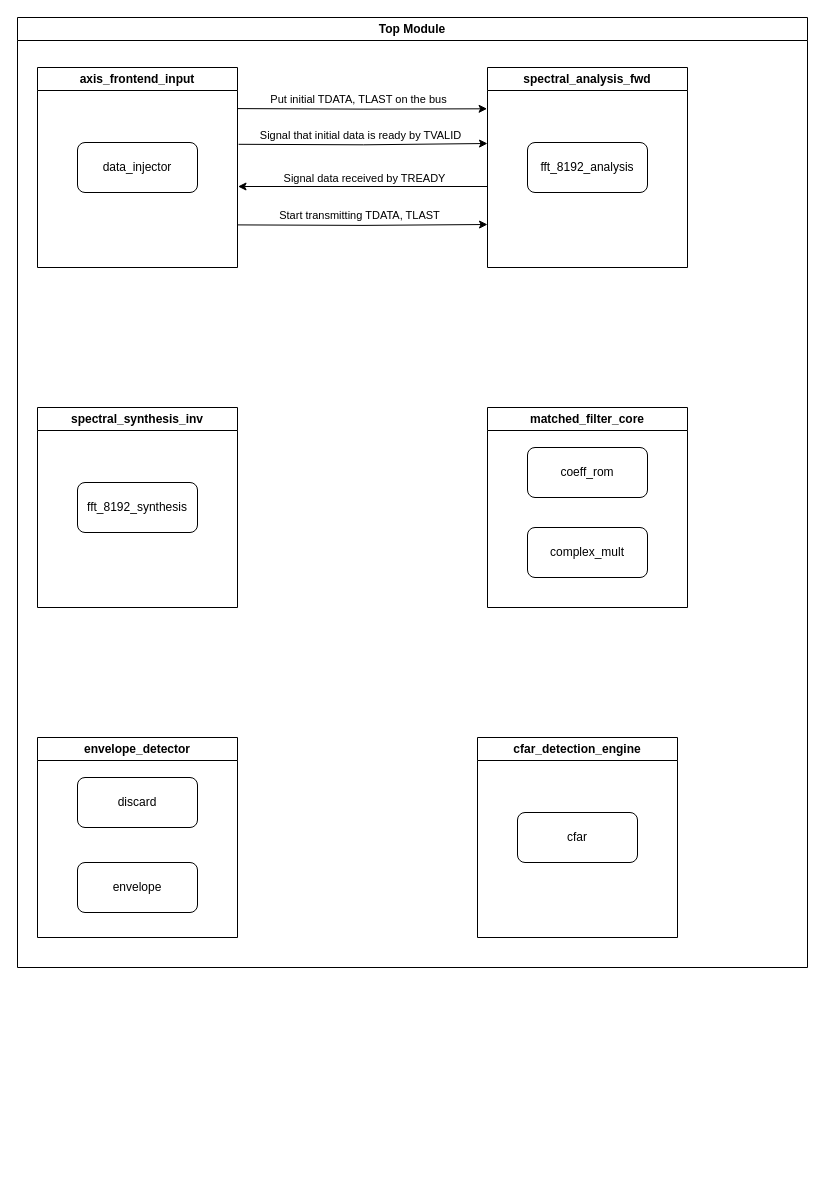
This is architecture/[ADSM] System overview.drawio from MikyTuberr/ADSM, a draw.io file, before an edit. Source tidied: cells renumbered, new cells numbered last; positions are measured from the earlier drawing's top-left corner, leaving out a move shared by most shapes. Both pictures are drawn from the tidied source at 100%, with x=0, y=0 at pixel (17, 17).
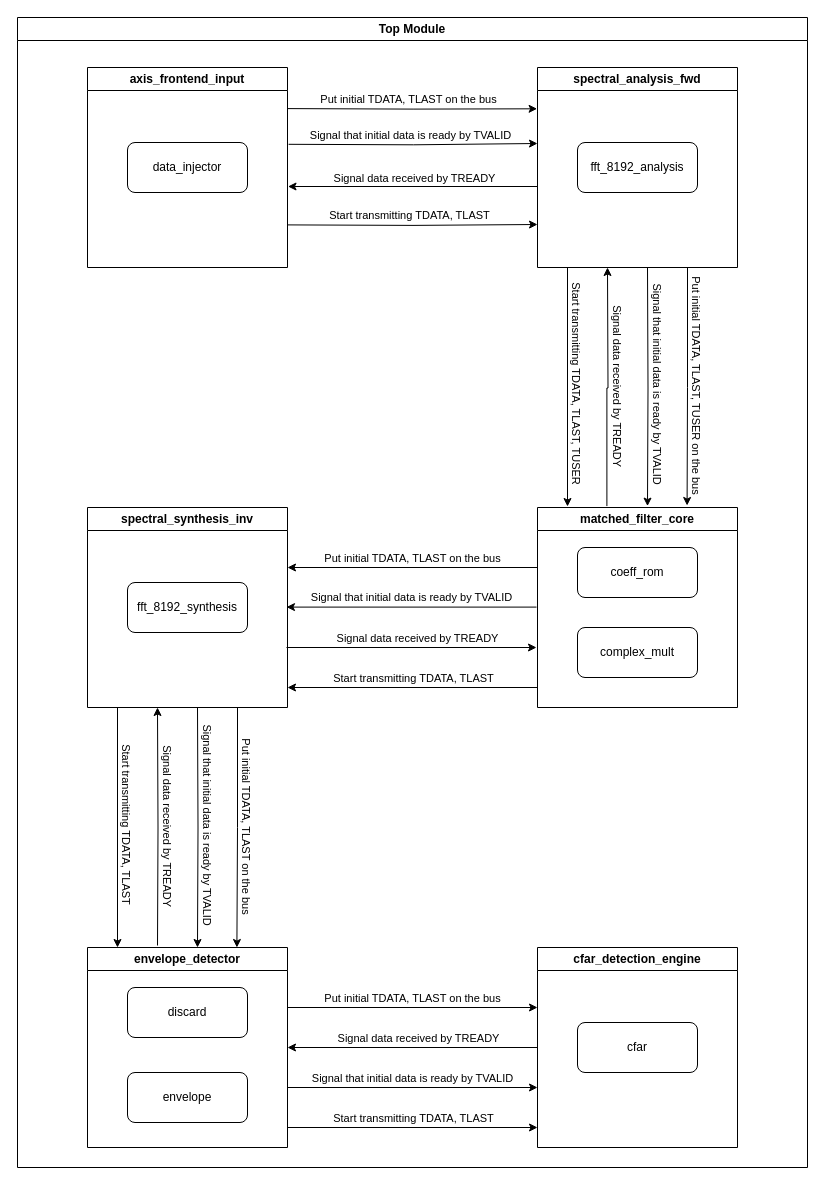
Above is the later version.

The edit, as a diff of the source:
```diff
@@
     <mxCell id="2" style="edgeStyle=orthogonalEdgeStyle;rounded=0;orthogonalLoop=1;jettySize=auto;html=1;exitX=1.004;exitY=0.132;exitDx=0;exitDy=0;entryX=-0.003;entryY=0.133;entryDx=0;entryDy=0;exitPerimeter=0;entryPerimeter=0;" parent="1" edge="1">
       <mxGeometry relative="1" as="geometry">
-        <mxPoint x="220.5" y="91.1" as="sourcePoint" />
-        <mxPoint x="469.6" y="91.3" as="targetPoint" />
+        <mxPoint x="270.5" y="91.1" as="sourcePoint" />
+        <mxPoint x="519.6" y="91.3" as="targetPoint" />
       </mxGeometry>
     </mxCell>
@@
     <mxCell id="4" value="Top Module" style="swimlane;whiteSpace=wrap;html=1;" parent="1" vertex="1">
-      <mxGeometry width="790" height="950" as="geometry" />
+      <mxGeometry width="790" height="1150" as="geometry" />
     </mxCell>
     <mxCell id="5" value="spectral_analysis_fwd" style="swimlane;whiteSpace=wrap;html=1;" parent="4" vertex="1">
-      <mxGeometry x="470" y="50" width="200" height="200" as="geometry" />
+      <mxGeometry x="520" y="50" width="200" height="200" as="geometry" />
     </mxCell>
@@
     <mxCell id="7" value="axis_frontend_input" style="swimlane;whiteSpace=wrap;html=1;startSize=23;" parent="4" vertex="1">
-      <mxGeometry x="20" y="50" width="200" height="200" as="geometry" />
+      <mxGeometry x="70" y="50" width="200" height="200" as="geometry" />
     </mxCell>
@@
     <mxCell id="9" value="matched_filter_core" style="swimlane;whiteSpace=wrap;html=1;" parent="4" vertex="1">
-      <mxGeometry x="470" y="390" width="200" height="200" as="geometry" />
+      <mxGeometry x="520" y="490" width="200" height="200" as="geometry" />
     </mxCell>
@@
     <mxCell id="12" value="spectral_synthesis_inv" style="swimlane;whiteSpace=wrap;html=1;" parent="4" vertex="1">
-      <mxGeometry x="20" y="390" width="200" height="200" as="geometry" />
+      <mxGeometry x="70" y="490" width="200" height="200" as="geometry" />
     </mxCell>
@@
     <mxCell id="14" value="envelope_detector" style="swimlane;whiteSpace=wrap;html=1;" parent="4" vertex="1">
-      <mxGeometry x="20" y="720" width="200" height="200" as="geometry" />
+      <mxGeometry x="70" y="930" width="200" height="200" as="geometry" />
     </mxCell>
@@
     <mxCell id="17" value="cfar_detection_engine" style="swimlane;whiteSpace=wrap;html=1;" parent="4" vertex="1">
-      <mxGeometry x="460" y="720" width="200" height="200" as="geometry" />
+      <mxGeometry x="520" y="930" width="200" height="200" as="geometry" />
     </mxCell>
@@
+    <mxCell id="25" style="edgeStyle=orthogonalEdgeStyle;rounded=0;jettySize=auto;html=1;exitX=0.75;exitY=1;exitDx=0;exitDy=0;entryX=0.748;entryY=-0.01;entryDx=0;entryDy=0;entryPerimeter=0;" parent="4" edge="1" source="5" target="9">
+      <mxGeometry relative="1" as="geometry" />
+    </mxCell>
+    <mxCell id="26" value="Put initial TDATA, TLAST, TUSER on the bus" style="edgeLabel;html=1;align=center;verticalAlign=middle;rotation=90;" parent="25" vertex="1">
+      <mxGeometry x="-0.17" y="3" relative="1" as="geometry">
+        <mxPoint x="7" y="18" as="offset" />
+      </mxGeometry>
+    </mxCell>
+    <mxCell id="27" style="edgeStyle=orthogonalEdgeStyle;rounded=0;orthogonalLoop=1;jettySize=auto;html=1;entryX=0;entryY=0.5;entryDx=0;entryDy=0;startArrow=none;startFill=0;endArrow=classic;endFill=1;exitX=1;exitY=0.5;exitDx=0;exitDy=0;" parent="4" edge="1">
+      <mxGeometry relative="1" as="geometry">
+        <mxPoint x="269" y="630" as="sourcePoint" />
+        <mxPoint x="519" y="630" as="targetPoint" />
+      </mxGeometry>
+    </mxCell>
+    <mxCell id="28" value="Signal data received by TREADY" style="edgeLabel;html=1;align=center;verticalAlign=middle;rotation=0;" parent="27" vertex="1">
+      <mxGeometry x="-0.17" y="3" relative="1" as="geometry">
+        <mxPoint x="26" y="-7" as="offset" />
+      </mxGeometry>
+    </mxCell>
+    <mxCell id="29" style="edgeStyle=orthogonalEdgeStyle;rounded=0;jettySize=auto;html=1;exitX=0.75;exitY=1;exitDx=0;exitDy=0;entryX=0.747;entryY=0;entryDx=0;entryDy=0;entryPerimeter=0;" parent="4" edge="1" source="12" target="14">
+      <mxGeometry relative="1" as="geometry" />
+    </mxCell>
+    <mxCell id="30" value="Put initial TDATA, TLAST on the bus" style="edgeLabel;html=1;align=center;verticalAlign=middle;rotation=90;" parent="29" vertex="1">
+      <mxGeometry x="-0.17" y="3" relative="1" as="geometry">
+        <mxPoint x="7" y="18" as="offset" />
+      </mxGeometry>
+    </mxCell>
+    <mxCell id="31" style="edgeStyle=orthogonalEdgeStyle;rounded=0;orthogonalLoop=1;jettySize=auto;html=1;entryX=0;entryY=0.5;entryDx=0;entryDy=0;startArrow=classic;startFill=1;endArrow=none;endFill=0;exitX=1;exitY=0.5;exitDx=0;exitDy=0;" parent="4" edge="1">
+      <mxGeometry relative="1" as="geometry">
+        <mxPoint x="270" y="1030" as="sourcePoint" />
+        <mxPoint x="520" y="1030" as="targetPoint" />
+      </mxGeometry>
+    </mxCell>
+    <mxCell id="32" value="Signal data received by TREADY" style="edgeLabel;html=1;align=center;verticalAlign=middle;rotation=0;" parent="31" vertex="1">
+      <mxGeometry x="-0.17" y="3" relative="1" as="geometry">
+        <mxPoint x="26" y="-7" as="offset" />
+      </mxGeometry>
+    </mxCell>
+    <mxCell id="33" style="edgeStyle=orthogonalEdgeStyle;rounded=0;orthogonalLoop=1;jettySize=auto;html=1;startArrow=classic;startFill=1;endArrow=none;endFill=0;" parent="4" edge="1">
+      <mxGeometry relative="1" as="geometry">
+        <mxPoint x="520" y="990" as="sourcePoint" />
+        <mxPoint x="270" y="990" as="targetPoint" />
+      </mxGeometry>
+    </mxCell>
+    <mxCell id="34" value="Put initial TDATA, TLAST on the bus" style="edgeLabel;html=1;align=center;verticalAlign=middle;rotation=0;" parent="33" vertex="1">
+      <mxGeometry x="-0.17" y="3" relative="1" as="geometry">
+        <mxPoint x="-22" y="-13" as="offset" />
+      </mxGeometry>
+    </mxCell>
+    <mxCell id="35" style="edgeStyle=orthogonalEdgeStyle;rounded=0;orthogonalLoop=1;jettySize=auto;html=1;endArrow=none;endFill=0;startArrow=classic;startFill=1;" parent="4" edge="1">
+      <mxGeometry relative="1" as="geometry">
+        <mxPoint x="520" y="1070" as="sourcePoint" />
+        <mxPoint x="270" y="1070" as="targetPoint" />
+      </mxGeometry>
+    </mxCell>
+    <mxCell id="36" value="Signal that initial data is ready by TVALID" style="edgeLabel;html=1;align=center;verticalAlign=middle;rotation=0;" parent="35" vertex="1">
+      <mxGeometry x="-0.17" y="3" relative="1" as="geometry">
+        <mxPoint x="-22" y="-13" as="offset" />
+      </mxGeometry>
+    </mxCell>
+    <mxCell id="37" style="edgeStyle=orthogonalEdgeStyle;rounded=0;orthogonalLoop=1;jettySize=auto;html=1;endArrow=none;endFill=0;startArrow=classic;startFill=1;" parent="4" edge="1">
+      <mxGeometry relative="1" as="geometry">
+        <mxPoint x="520" y="1110" as="sourcePoint" />
+        <mxPoint x="270" y="1110" as="targetPoint" />
+      </mxGeometry>
+    </mxCell>
+    <mxCell id="38" value="Start transmitting TDATA, TLAST" style="edgeLabel;html=1;align=center;verticalAlign=middle;rotation=0;" parent="37" vertex="1">
+      <mxGeometry x="-0.17" y="3" relative="1" as="geometry">
+        <mxPoint x="-21" y="-13" as="offset" />
+      </mxGeometry>
+    </mxCell>
+    <mxCell id="39" style="edgeStyle=orthogonalEdgeStyle;rounded=0;orthogonalLoop=1;jettySize=auto;html=1;" parent="4" edge="1">
+      <mxGeometry relative="1" as="geometry">
+        <mxPoint x="519" y="589.6" as="sourcePoint" />
+        <mxPoint x="269" y="589.6" as="targetPoint" />
+      </mxGeometry>
+    </mxCell>
+    <mxCell id="40" value="Signal that initial data is ready by TVALID" style="edgeLabel;html=1;align=center;verticalAlign=middle;rotation=0;" parent="39" vertex="1">
+      <mxGeometry x="-0.17" y="3" relative="1" as="geometry">
+        <mxPoint x="-22" y="-13" as="offset" />
+      </mxGeometry>
+    </mxCell>
     <mxCell id="19" style="edgeStyle=orthogonalEdgeStyle;rounded=0;orthogonalLoop=1;jettySize=auto;html=1;exitX=1;exitY=0.859;exitDx=0;exitDy=0;exitPerimeter=0;" parent="1" edge="1">
       <mxGeometry relative="1" as="geometry">
-        <mxPoint x="220" y="207.4" as="sourcePoint" />
-        <mxPoint x="470" y="207" as="targetPoint" />
+        <mxPoint x="270" y="207.4" as="sourcePoint" />
+        <mxPoint x="520" y="207" as="targetPoint" />
       </mxGeometry>
     </mxCell>
@@
     <mxCell id="21" style="edgeStyle=orthogonalEdgeStyle;rounded=0;orthogonalLoop=1;jettySize=auto;html=1;exitX=1.009;exitY=0.355;exitDx=0;exitDy=0;exitPerimeter=0;" parent="1" edge="1">
       <mxGeometry relative="1" as="geometry">
-        <mxPoint x="221.1" y="126.8" as="sourcePoint" />
-        <mxPoint x="470" y="126" as="targetPoint" />
+        <mxPoint x="271.1" y="126.8" as="sourcePoint" />
+        <mxPoint x="520" y="126" as="targetPoint" />
       </mxGeometry>
     </mxCell>
@@
     <mxCell id="23" style="edgeStyle=orthogonalEdgeStyle;rounded=0;orthogonalLoop=1;jettySize=auto;html=1;entryX=1.004;entryY=0.619;entryDx=0;entryDy=0;entryPerimeter=0;" parent="1" edge="1">
       <mxGeometry relative="1" as="geometry">
-        <mxPoint x="470" y="169" as="sourcePoint" />
-        <mxPoint x="220.5" y="169" as="targetPoint" />
+        <mxPoint x="520" y="169" as="sourcePoint" />
+        <mxPoint x="270.5" y="169" as="targetPoint" />
       </mxGeometry>
     </mxCell>
@@
+    <mxCell id="41" style="edgeStyle=orthogonalEdgeStyle;rounded=0;jettySize=auto;html=1;entryX=0.55;entryY=-0.007;entryDx=0;entryDy=0;entryPerimeter=0;" parent="1" edge="1" target="9">
+      <mxGeometry relative="1" as="geometry">
+        <mxPoint x="630" y="250" as="sourcePoint" />
+      </mxGeometry>
+    </mxCell>
+    <mxCell id="42" value="Signal that initial data is ready by TVALID" style="edgeLabel;html=1;align=center;verticalAlign=middle;rotation=90;" parent="41" vertex="1">
+      <mxGeometry x="-0.17" y="3" relative="1" as="geometry">
+        <mxPoint x="7" y="17" as="offset" />
+      </mxGeometry>
+    </mxCell>
+    <mxCell id="43" style="edgeStyle=orthogonalEdgeStyle;rounded=0;jettySize=auto;html=1;entryX=0.347;entryY=-0.007;entryDx=0;entryDy=0;entryPerimeter=0;startArrow=classic;startFill=1;endArrow=none;endFill=0;" parent="1" edge="1" target="9">
+      <mxGeometry relative="1" as="geometry">
+        <mxPoint x="590" y="250" as="sourcePoint" />
+      </mxGeometry>
+    </mxCell>
+    <mxCell id="44" value="Signal data received by TREADY" style="edgeLabel;html=1;align=center;verticalAlign=middle;rotation=90;" parent="43" vertex="1">
+      <mxGeometry x="-0.17" y="3" relative="1" as="geometry">
+        <mxPoint x="7" y="19" as="offset" />
+      </mxGeometry>
+    </mxCell>
+    <mxCell id="45" style="edgeStyle=orthogonalEdgeStyle;rounded=0;orthogonalLoop=1;jettySize=auto;html=1;" parent="1" edge="1">
+      <mxGeometry relative="1" as="geometry">
+        <mxPoint x="550" y="250" as="sourcePoint" />
+        <mxPoint x="550" y="489" as="targetPoint" />
+      </mxGeometry>
+    </mxCell>
+    <mxCell id="46" value="Start transmitting TDATA, TLAST, TUSER" style="edgeLabel;html=1;align=center;verticalAlign=middle;rotation=90;" parent="45" vertex="1">
+      <mxGeometry x="-0.17" y="3" relative="1" as="geometry">
+        <mxPoint x="7" y="16" as="offset" />
+      </mxGeometry>
+    </mxCell>
+    <mxCell id="47" style="edgeStyle=orthogonalEdgeStyle;rounded=0;orthogonalLoop=1;jettySize=auto;html=1;" parent="1" edge="1">
+      <mxGeometry relative="1" as="geometry">
+        <mxPoint x="520" y="550" as="sourcePoint" />
+        <mxPoint x="270" y="550" as="targetPoint" />
+      </mxGeometry>
+    </mxCell>
+    <mxCell id="48" value="Put initial TDATA, TLAST on the bus" style="edgeLabel;html=1;align=center;verticalAlign=middle;rotation=0;" parent="47" vertex="1">
+      <mxGeometry x="-0.17" y="3" relative="1" as="geometry">
+        <mxPoint x="-22" y="-13" as="offset" />
+      </mxGeometry>
+    </mxCell>
+    <mxCell id="49" style="edgeStyle=orthogonalEdgeStyle;rounded=0;orthogonalLoop=1;jettySize=auto;html=1;" parent="1" edge="1">
+      <mxGeometry relative="1" as="geometry">
+        <mxPoint x="520" y="670" as="sourcePoint" />
+        <mxPoint x="270" y="670" as="targetPoint" />
+      </mxGeometry>
+    </mxCell>
+    <mxCell id="50" value="Start transmitting TDATA, TLAST" style="edgeLabel;html=1;align=center;verticalAlign=middle;rotation=0;" parent="49" vertex="1">
+      <mxGeometry x="-0.17" y="3" relative="1" as="geometry">
+        <mxPoint x="-21" y="-13" as="offset" />
+      </mxGeometry>
+    </mxCell>
+    <mxCell id="51" style="edgeStyle=orthogonalEdgeStyle;rounded=0;jettySize=auto;html=1;entryX=0.55;entryY=0;entryDx=0;entryDy=0;entryPerimeter=0;" parent="1" edge="1" target="14">
+      <mxGeometry relative="1" as="geometry">
+        <mxPoint x="180" y="690" as="sourcePoint" />
+      </mxGeometry>
+    </mxCell>
+    <mxCell id="52" value="Signal that initial data is ready by TVALID" style="edgeLabel;html=1;align=center;verticalAlign=middle;rotation=90;" parent="51" vertex="1">
+      <mxGeometry x="-0.17" y="3" relative="1" as="geometry">
+        <mxPoint x="7" y="17" as="offset" />
+      </mxGeometry>
+    </mxCell>
+    <mxCell id="53" style="edgeStyle=orthogonalEdgeStyle;rounded=0;jettySize=auto;html=1;entryX=0.35;entryY=-0.01;entryDx=0;entryDy=0;entryPerimeter=0;startArrow=classic;startFill=1;endArrow=none;endFill=0;" parent="1" edge="1" target="14">
+      <mxGeometry relative="1" as="geometry">
+        <mxPoint x="140" y="690" as="sourcePoint" />
+      </mxGeometry>
+    </mxCell>
+    <mxCell id="54" value="Signal data received by TREADY" style="edgeLabel;html=1;align=center;verticalAlign=middle;rotation=90;" parent="53" vertex="1">
+      <mxGeometry x="-0.17" y="3" relative="1" as="geometry">
+        <mxPoint x="7" y="19" as="offset" />
+      </mxGeometry>
+    </mxCell>
+    <mxCell id="55" style="edgeStyle=orthogonalEdgeStyle;rounded=0;orthogonalLoop=1;jettySize=auto;html=1;" parent="1" edge="1">
+      <mxGeometry relative="1" as="geometry">
+        <mxPoint x="100" y="690" as="sourcePoint" />
+        <mxPoint x="100" y="930" as="targetPoint" />
+      </mxGeometry>
+    </mxCell>
+    <mxCell id="56" value="Start transmitting TDATA, TLAST" style="edgeLabel;html=1;align=center;verticalAlign=middle;rotation=90;" parent="55" vertex="1">
+      <mxGeometry x="-0.17" y="3" relative="1" as="geometry">
+        <mxPoint x="7" y="16" as="offset" />
+      </mxGeometry>
+    </mxCell>
```
